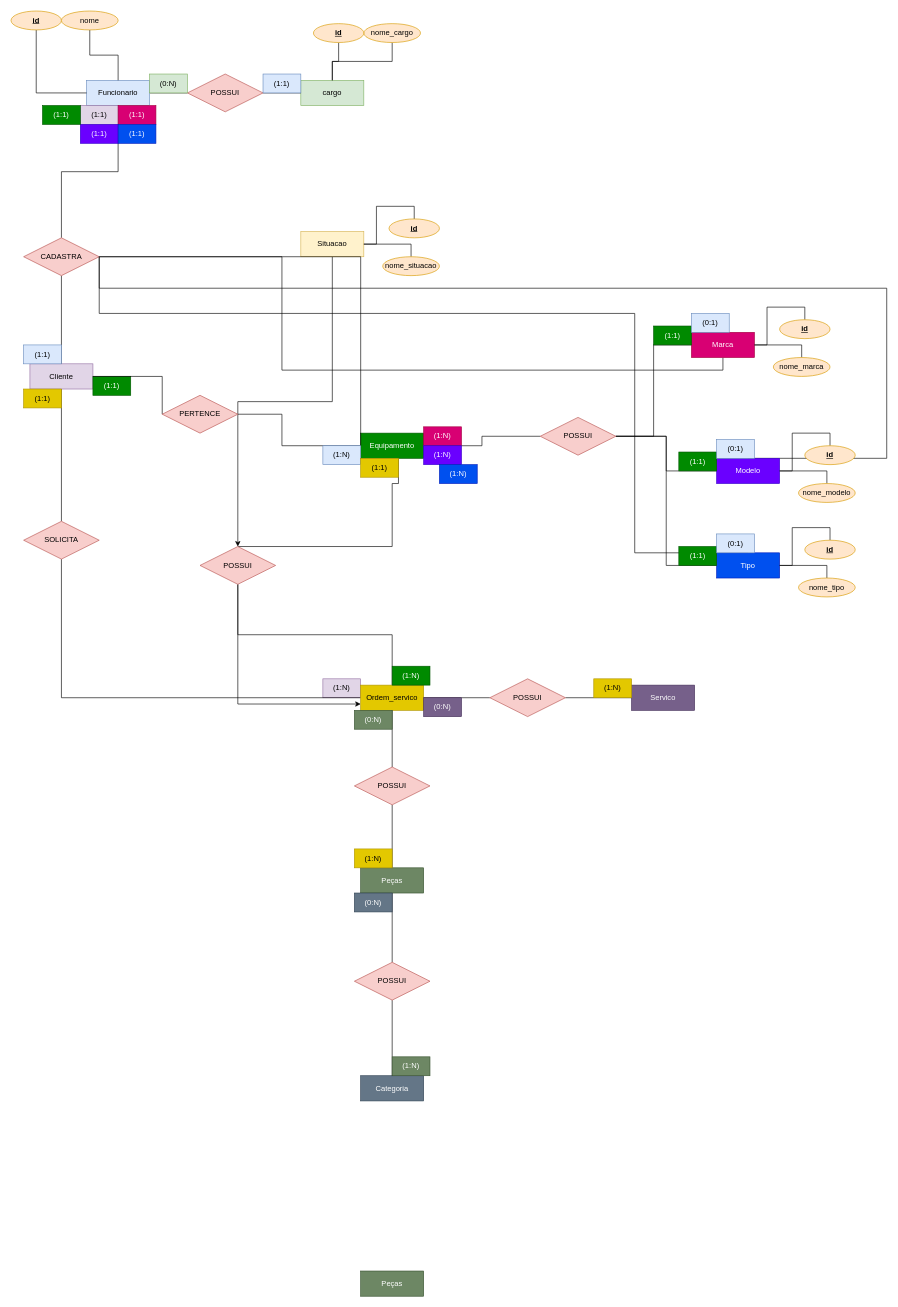
Before: page "Modelo conceitual" (1 of 2) of modelos/conceitual_logico_techFix.drawio in KaahRomao/techFix, a draw.io diagram. Source tidied: cells renumbered, new cells numbered last; positions are measured from the earlier drawing's top-left corner, leaving out a move shared by most shapes. Both pictures are drawn from the tidied source at 63%, with x=0, y=0 at pixel (11, 11).
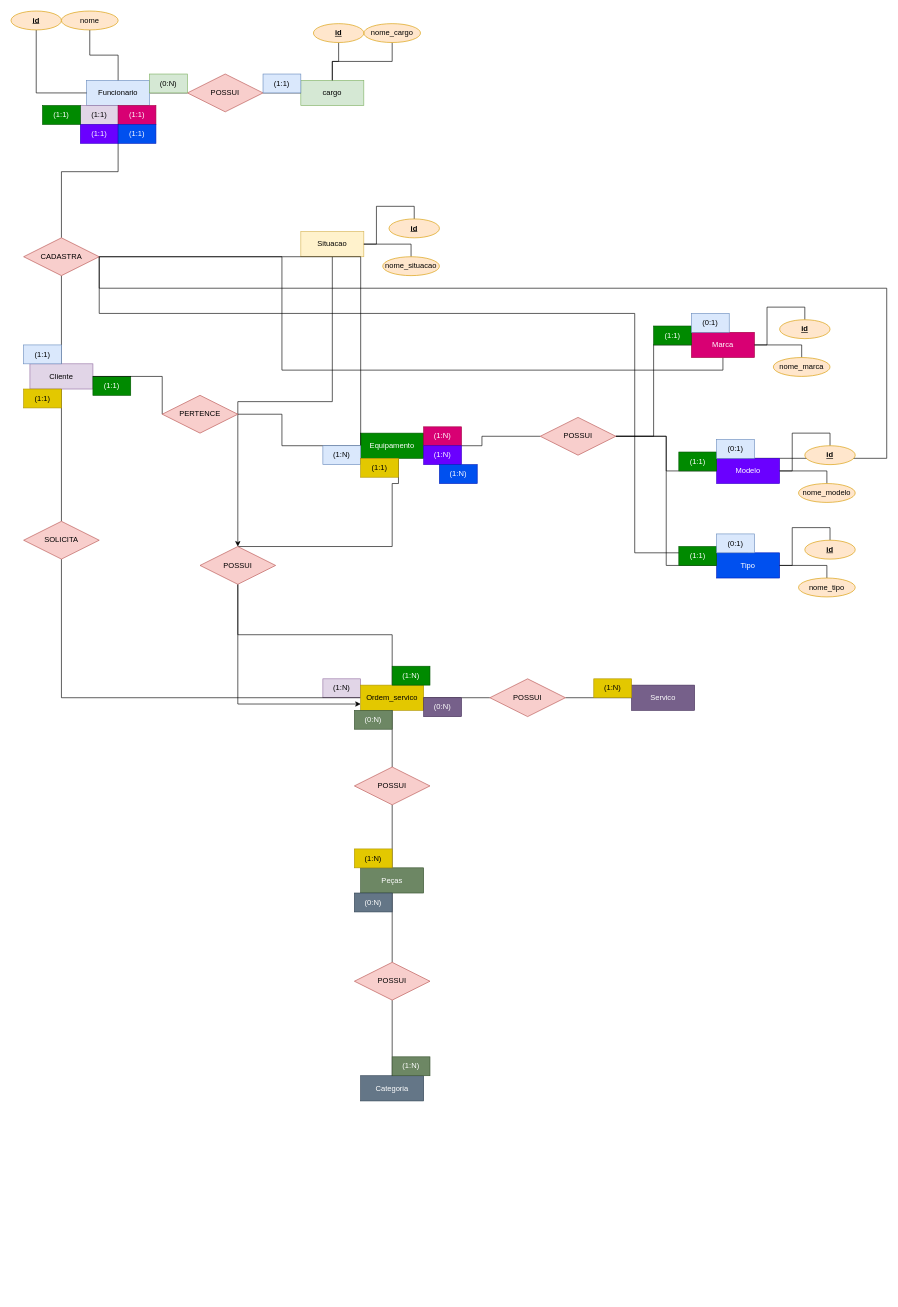
The same diagram, later.

The edit, as a diff of the source:
```diff
@@
-    <mxCell id="97" value="Peças" style="whiteSpace=wrap;html=1;align=center;fillColor=#6d8764;fontColor=#ffffff;strokeColor=#3A5431;" parent="1" vertex="1">
-      <mxGeometry x="555" y="2000" width="100" height="40" as="geometry" />
-    </mxCell>
```
